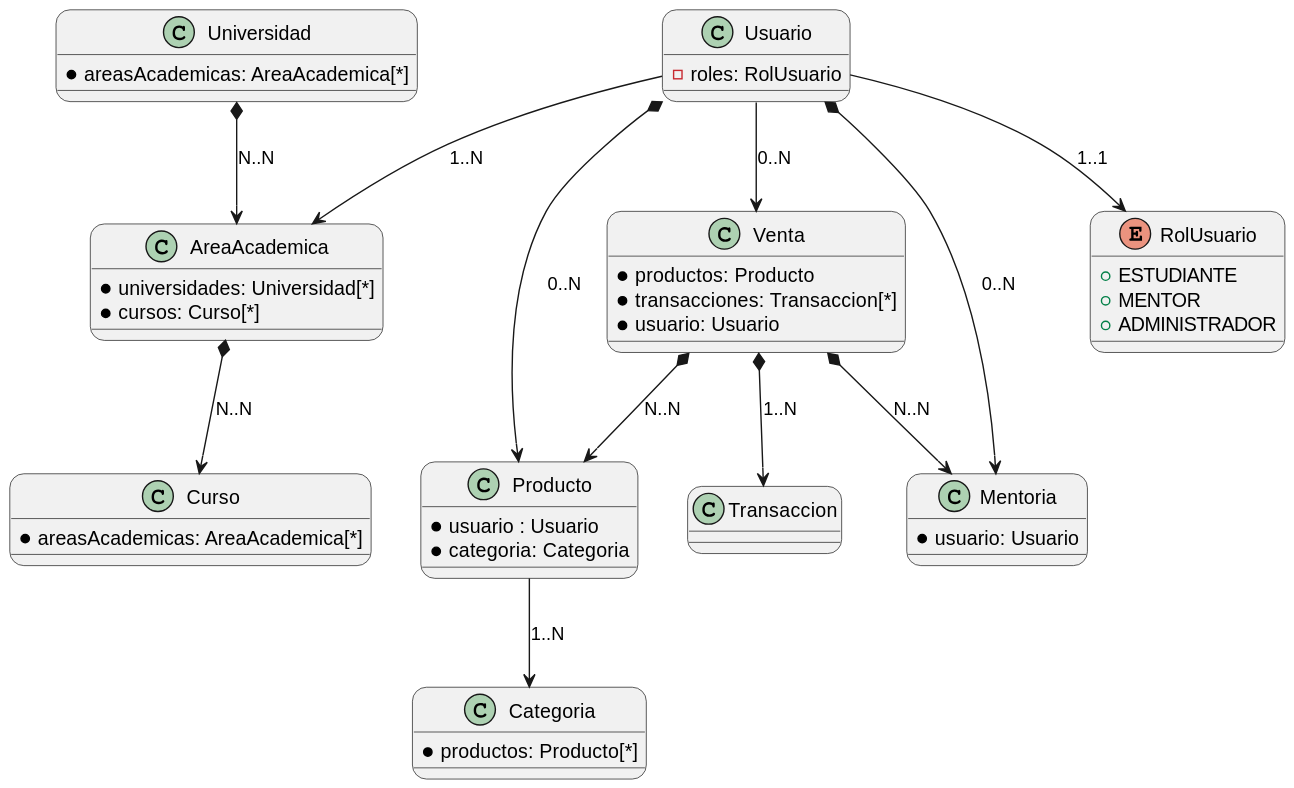
Earlier version of the PlantUML export images/sp/domain-model-takya.svg (MMaw02/takya-requirements).
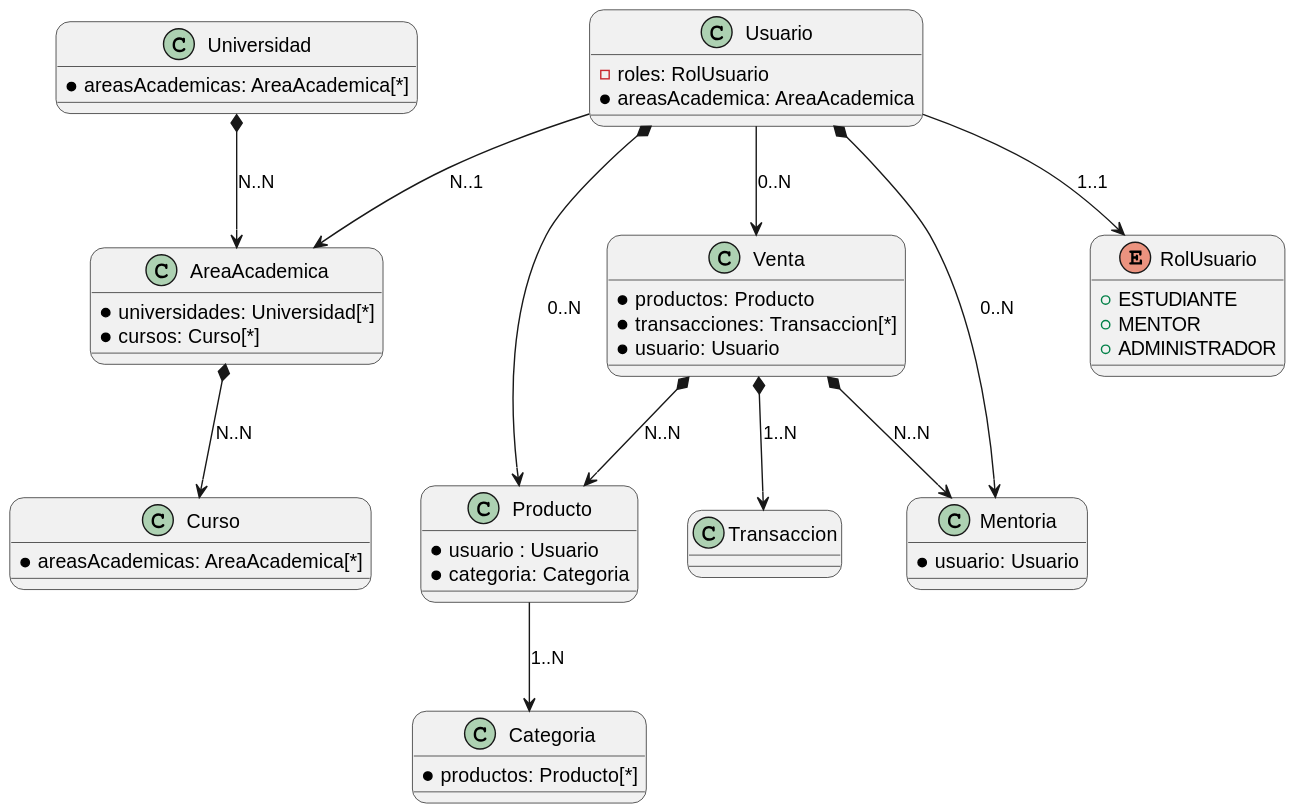
The same diagram one commit later.

What changed in the source:
```diff
@@ -6,6 +6,7 @@
 !define ONE_TO_TWO 1..2
 !define ONE_TO_MANY 1..N
 !define MANY_TO_MANY N..N
+!define MANY_TO_ONE N..1
 !define EMPTY ""
 
 !define compositionRelation(all, part, cardinality) all *--> part: cardinality
@@ -20,6 +21,7 @@
 
 class Usuario {
   - roles: RolUsuario
+  * areasAcademica: AreaAcademica
 }
 
 class AreaAcademica {
@@ -64,7 +66,7 @@
 }
 
 associationRelation(Usuario, RolUsuario, ONE_TO_ONE)
-associationRelation(Usuario, AreaAcademica, ONE_TO_MANY)
+associationRelation(Usuario, AreaAcademica, MANY_TO_ONE)
 associationRelation(Producto, Categoria, ONE_TO_MANY)
 associationRelation(Usuario, Venta, ZERO_TO_MANY)
 
```
